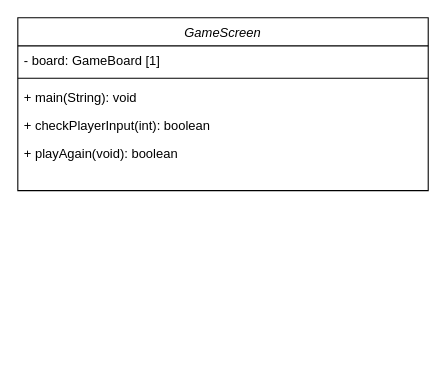
Before: DRAW_IO/GameScreen.drawio in c-tollison/extendedConnectX, a draw.io diagram. Source tidied: cells renumbered, new cells numbered last; positions are measured from the earlier drawing's top-left corner, leaving out a move shared by most shapes. Both pictures are drawn from the tidied source at 108%, with x=0, y=0 at pixel (17, 17).
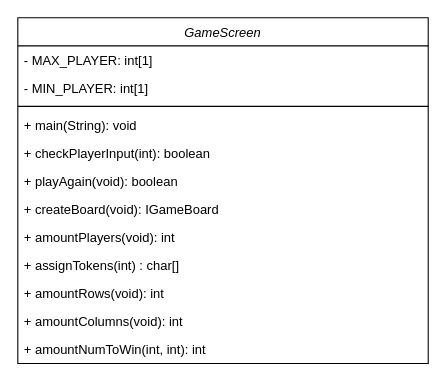
Above is the later version.

The edit, as a diff of the source:
```diff
@@
 <mxGraphModel>
   <root>
     <mxCell id="0" />
     <mxCell id="1" parent="0" />
     <mxCell id="2" value="GameScreen" style="swimlane;fontStyle=2;align=center;verticalAlign=top;horizontal=1;startSize=26;rounded=0;shadow=0;strokeWidth=1;" parent="1" vertex="1">
-      <mxGeometry width="380" height="160" as="geometry" />
+      <mxGeometry width="380" height="320" as="geometry" />
     </mxCell>
-    <mxCell id="3" value="- board: GameBoard [1]" style="text;align=left;verticalAlign=top;spacingLeft=4;spacingRight=4;overflow=hidden;" parent="2" vertex="1">
+    <mxCell id="3" value="- MAX_PLAYER: int[1]&#10;" style="text;align=left;verticalAlign=top;spacingLeft=4;spacingRight=4;overflow=hidden;" parent="2" vertex="1">
       <mxGeometry y="26" width="380" height="26" as="geometry" />
     </mxCell>
+    <mxCell id="8" value="- MIN_PLAYER: int[1]" style="text;align=left;verticalAlign=top;spacingLeft=4;spacingRight=4;overflow=hidden;" parent="2" vertex="1">
+      <mxGeometry y="52" width="380" height="26" as="geometry" />
+    </mxCell>
     <mxCell id="4" style="line;html=1;strokeWidth=1;align=left;verticalAlign=middle;spacingTop=-1;spacingLeft=3;spacingRight=3;labelPosition=right;" parent="2" vertex="1">
-      <mxGeometry y="52" width="380" height="8" as="geometry" />
+      <mxGeometry y="78" width="380" height="8" as="geometry" />
     </mxCell>
     <mxCell id="5" value="+ main(String): void" style="text;align=left;verticalAlign=top;spacingLeft=4;spacingRight=4;overflow=hidden;" parent="2" vertex="1">
-      <mxGeometry y="60" width="380" height="26" as="geometry" />
+      <mxGeometry y="86" width="380" height="26" as="geometry" />
     </mxCell>
     <mxCell id="6" value="+ checkPlayerInput(int): boolean" style="text;align=left;verticalAlign=top;spacingLeft=4;spacingRight=4;overflow=hidden;" parent="2" vertex="1">
-      <mxGeometry y="86" width="380" height="26" as="geometry" />
+      <mxGeometry y="112" width="380" height="26" as="geometry" />
     </mxCell>
     <mxCell id="7" value="+ playAgain(void): boolean" style="text;align=left;verticalAlign=top;spacingLeft=4;spacingRight=4;overflow=hidden;" parent="2" vertex="1">
-      <mxGeometry y="112" width="380" height="26" as="geometry" />
+      <mxGeometry y="138" width="380" height="26" as="geometry" />
     </mxCell>
+    <mxCell id="9" value="+ createBoard(void): IGameBoard" style="text;align=left;verticalAlign=top;spacingLeft=4;spacingRight=4;overflow=hidden;" parent="2" vertex="1">
+      <mxGeometry y="164" width="380" height="26" as="geometry" />
+    </mxCell>
+    <mxCell id="10" value="+ amountPlayers(void): int" style="text;align=left;verticalAlign=top;spacingLeft=4;spacingRight=4;overflow=hidden;" parent="2" vertex="1">
+      <mxGeometry y="190" width="380" height="26" as="geometry" />
+    </mxCell>
+    <mxCell id="11" value="+ assignTokens(int) : char[]" style="text;align=left;verticalAlign=top;spacingLeft=4;spacingRight=4;overflow=hidden;" parent="2" vertex="1">
+      <mxGeometry y="216" width="380" height="26" as="geometry" />
+    </mxCell>
+    <mxCell id="12" value="+ amountRows(void): int" style="text;align=left;verticalAlign=top;spacingLeft=4;spacingRight=4;overflow=hidden;" parent="2" vertex="1">
+      <mxGeometry y="242" width="380" height="26" as="geometry" />
+    </mxCell>
+    <mxCell id="13" value="+ amountColumns(void): int" style="text;align=left;verticalAlign=top;spacingLeft=4;spacingRight=4;overflow=hidden;" parent="2" vertex="1">
+      <mxGeometry y="268" width="380" height="26" as="geometry" />
+    </mxCell>
+    <mxCell id="14" value="+ amountNumToWin(int, int): int" style="text;align=left;verticalAlign=top;spacingLeft=4;spacingRight=4;overflow=hidden;" parent="2" vertex="1">
+      <mxGeometry y="294" width="380" height="26" as="geometry" />
+    </mxCell>
   </root>
 </mxGraphModel>
```
